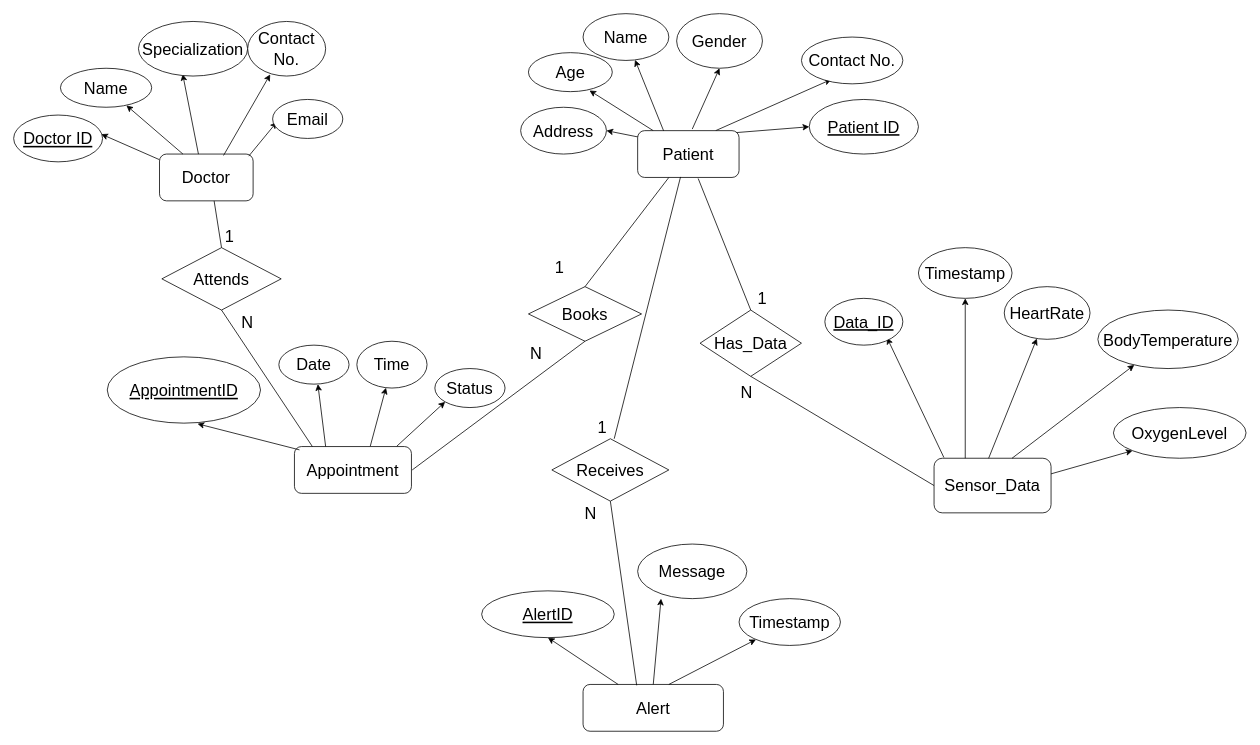
This is Untitled Diagram.drawio from yash280905/Android_Simple_Calculator, a draw.io file, before an edit. Source tidied: cells renumbered, new cells numbered last; positions are measured from the earlier drawing's top-left corner, leaving out a move shared by most shapes. Both pictures are drawn from the tidied source at 78%, with x=0, y=0 at pixel (13, 13).
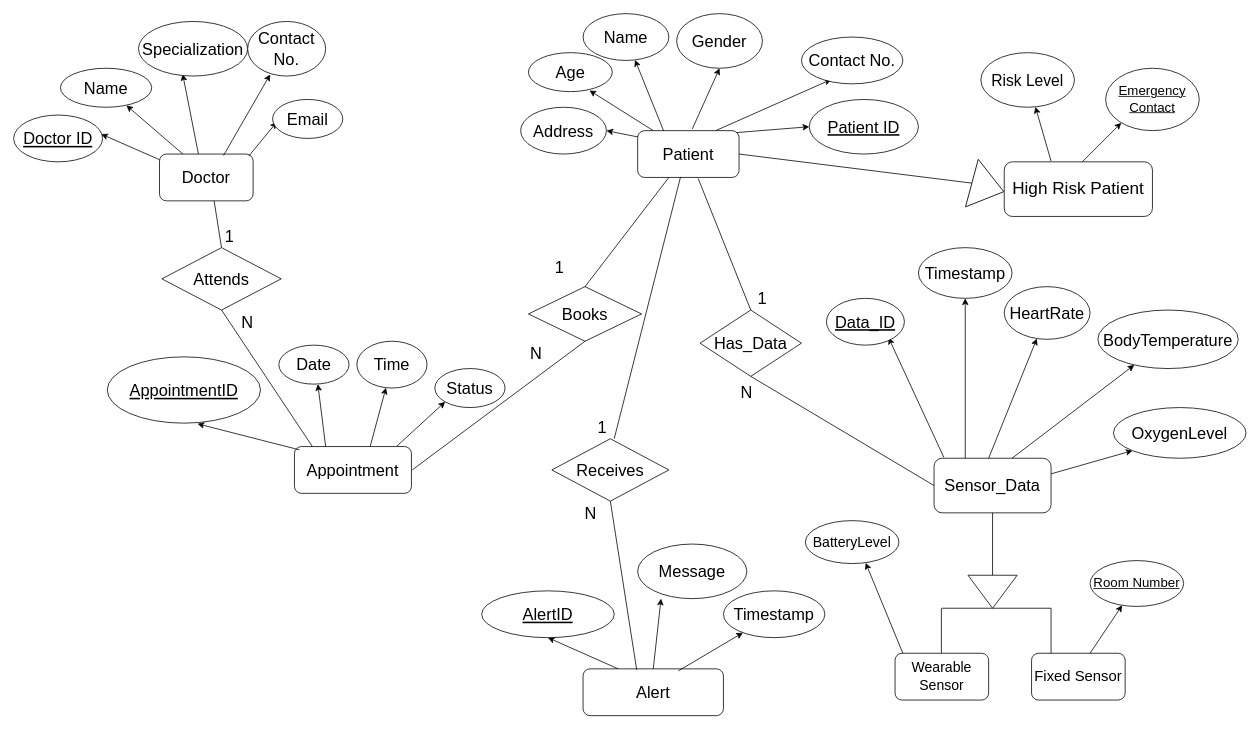
The same diagram, later.

The change refers to these unchanged cells:
```xml
<mxCell id="15" value="&lt;font&gt;Patient&lt;/font&gt;" style="rounded=1;whiteSpace=wrap;html=1;fontSize=21;" parent="1" vertex="1">
  <mxGeometry x="800" y="150" width="130" height="60" as="geometry" />
</mxCell>
<mxCell id="27" value="&lt;font&gt;Sensor_Data&lt;/font&gt;" style="rounded=1;whiteSpace=wrap;html=1;fontSize=21;" parent="1" vertex="1">
  <mxGeometry x="1180" y="570" width="150" height="70" as="geometry" />
</mxCell>
```

What changed in the source:
```diff
@@
-    <mxCell id="29" value="&lt;font&gt;&lt;u&gt;Data_ID&lt;/u&gt;&lt;/font&gt;" style="ellipse;whiteSpace=wrap;html=1;fontSize=21;" parent="1" vertex="1">
-      <mxGeometry x="1040" y="365" width="100" height="60" as="geometry" />
+    <mxCell id="29" value="&lt;font&gt;&lt;span&gt;Data_ID&lt;/span&gt;&lt;/font&gt;" style="ellipse;whiteSpace=wrap;html=1;fontSize=21;fontStyle=4;" parent="1" vertex="1">
+      <mxGeometry x="1042" y="365" width="100" height="60" as="geometry" />
     </mxCell>
@@
     <mxCell id="47" value="&lt;font&gt;Alert&lt;/font&gt;" style="rounded=1;whiteSpace=wrap;html=1;fontSize=21;" parent="1" vertex="1">
-      <mxGeometry x="730" y="860" width="180" height="60" as="geometry" />
+      <mxGeometry x="730" y="840" width="180" height="60" as="geometry" />
     </mxCell>
@@
-    <mxCell id="52" style="endArrow=classic;html=1;rounded=0;fontSize=21;" parent="1" edge="1" target="53">
-      <mxGeometry relative="1" as="geometry">
-        <mxPoint x="840" y="860" as="sourcePoint" />
-      </mxGeometry>
+    <mxCell id="52" style="endArrow=classic;html=1;rounded=0;fontSize=21;exitX=0.679;exitY=0.043;exitDx=0;exitDy=0;exitPerimeter=0;" parent="1" edge="1" source="47" target="53">
+      <mxGeometry relative="1" as="geometry" />
     </mxCell>
     <mxCell id="53" value="Timestamp" style="ellipse;whiteSpace=wrap;html=1;fontSize=21;" parent="1" vertex="1">
-      <mxGeometry x="930" y="750" width="130" height="60" as="geometry" />
+      <mxGeometry x="910" y="740" width="130" height="60" as="geometry" />
     </mxCell>
@@
+    <mxCell id="74" style="triangle;whiteSpace=wrap;html=1;rotation=-75;direction=south;" parent="1" vertex="1">
+      <mxGeometry x="1217.4" y="201.6" width="63.1" height="42.3" as="geometry" />
+    </mxCell>
+    <mxCell id="75" style="endArrow=none;html=1;rounded=0;entryX=0;entryY=0.5;entryDx=0;entryDy=0;exitX=1;exitY=0.5;exitDx=0;exitDy=0;" parent="1" edge="1" source="15" target="74">
+      <mxGeometry relative="1" as="geometry" />
+    </mxCell>
+    <mxCell id="76" value="&lt;font style=&quot;font-size: 22px;&quot;&gt;High Risk Patient&lt;/font&gt;" style="rounded=1;whiteSpace=wrap;html=1;" parent="1" vertex="1">
+      <mxGeometry x="1270" y="190" width="190" height="70" as="geometry" />
+    </mxCell>
+    <mxCell id="77" value="Risk Level" style="ellipse;whiteSpace=wrap;html=1;fontSize=20;fontStyle=0;" parent="1" vertex="1">
+      <mxGeometry x="1240" y="50" width="120" height="70" as="geometry" />
+    </mxCell>
+    <mxCell id="78" style="endArrow=classic;html=1;rounded=0;" parent="1" edge="1" target="77">
+      <mxGeometry relative="1" as="geometry">
+        <mxPoint x="1330" y="189" as="sourcePoint" />
+      </mxGeometry>
+    </mxCell>
+    <mxCell id="79" style="endArrow=classic;html=1;rounded=0;" parent="1" edge="1">
+      <mxGeometry relative="1" as="geometry">
+        <mxPoint x="1370" y="190" as="sourcePoint" />
+        <mxPoint x="1420" y="140" as="targetPoint" />
+      </mxGeometry>
+    </mxCell>
+    <mxCell id="80" value="&lt;font style=&quot;font-size: 17px;&quot;&gt;&lt;span&gt;Emergency Contact&lt;/span&gt;&lt;/font&gt;" style="ellipse;whiteSpace=wrap;html=1;fontStyle=4;" parent="1" vertex="1">
+      <mxGeometry x="1400" y="70" width="120" height="80" as="geometry" />
+    </mxCell>
+    <mxCell id="81" style="endArrow=none;html=1;rounded=0;entryX=0.5;entryY=1;entryDx=0;entryDy=0;" parent="1" edge="1" target="27">
+      <mxGeometry relative="1" as="geometry">
+        <mxPoint x="1255" y="720" as="sourcePoint" />
+      </mxGeometry>
+    </mxCell>
+    <mxCell id="82" style="endArrow=none;html=1;rounded=0;" parent="1" edge="1">
+      <mxGeometry relative="1" as="geometry">
+        <mxPoint x="1190" y="762.3" as="sourcePoint" />
+        <mxPoint x="1330" y="762.3" as="targetPoint" />
+      </mxGeometry>
+    </mxCell>
+    <mxCell id="83" style="endArrow=none;html=1;rounded=0;" parent="1" edge="1">
+      <mxGeometry relative="1" as="geometry">
+        <mxPoint x="1189.4" y="822.3" as="sourcePoint" />
+        <mxPoint x="1189.4" y="762.3" as="targetPoint" />
+      </mxGeometry>
+    </mxCell>
+    <mxCell id="84" style="endArrow=none;html=1;rounded=0;" parent="1" edge="1">
+      <mxGeometry relative="1" as="geometry">
+        <mxPoint x="1330" y="822.3" as="sourcePoint" />
+        <mxPoint x="1330" y="762.3" as="targetPoint" />
+      </mxGeometry>
+    </mxCell>
+    <mxCell id="85" value="&lt;font style=&quot;font-size: 18px;&quot;&gt;Wearable Sensor&lt;/font&gt;" style="rounded=1;whiteSpace=wrap;html=1;" parent="1" vertex="1">
+      <mxGeometry x="1130" y="820" width="120" height="60" as="geometry" />
+    </mxCell>
+    <mxCell id="86" style="triangle;whiteSpace=wrap;html=1;rotation=0;direction=south;" parent="1" vertex="1">
+      <mxGeometry x="1223.5" y="720" width="63.1" height="42.3" as="geometry" />
+    </mxCell>
+    <mxCell id="87" value="Fixed Sensor" style="rounded=1;whiteSpace=wrap;html=1;fontSize=19;" parent="1" vertex="1">
+      <mxGeometry x="1305" y="820" width="120" height="60" as="geometry" />
+    </mxCell>
+    <mxCell id="88" style="endArrow=classic;html=1;rounded=0;entryX=0.644;entryY=0.983;entryDx=0;entryDy=0;entryPerimeter=0;" parent="1" edge="1" target="89">
+      <mxGeometry relative="1" as="geometry">
+        <mxPoint x="1140" y="820" as="sourcePoint" />
+      </mxGeometry>
+    </mxCell>
+    <mxCell id="89" value="&lt;font style=&quot;font-size: 18px;&quot;&gt;BatteryLevel&lt;/font&gt;" style="ellipse;whiteSpace=wrap;html=1;" parent="1" vertex="1">
+      <mxGeometry x="1015" y="650" width="120" height="55" as="geometry" />
+    </mxCell>
+    <mxCell id="90" style="endArrow=classic;html=1;rounded=0;" parent="1" edge="1" target="91">
+      <mxGeometry relative="1" as="geometry">
+        <mxPoint x="1380" y="820" as="sourcePoint" />
+      </mxGeometry>
+    </mxCell>
+    <mxCell id="91" value="&lt;font style=&quot;font-size: 17px;&quot;&gt;Room Number&lt;/font&gt;" style="ellipse;whiteSpace=wrap;html=1;fontStyle=4;" parent="1" vertex="1">
+      <mxGeometry x="1380" y="701.2" width="120" height="58.8" as="geometry" />
+    </mxCell>
```
